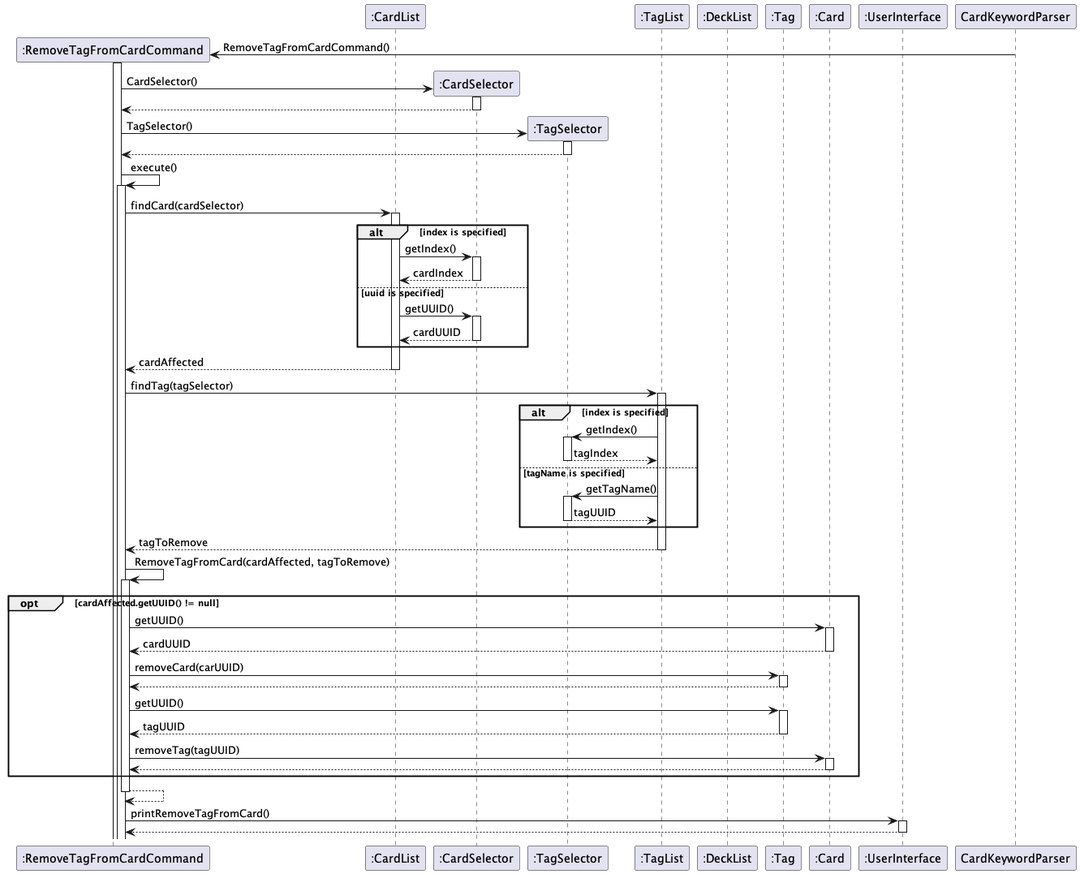
This is docs/img/CardUntagSequence.png from nus-cs2113-AY2223S2/tp, a PlantUML export, as it was before one commit. Its diagram source:
```plantuml
@startuml
autoactivate on

participant ":RemoveTagFromCardCommand" as RemoveTagFromCardCommand
participant ":TagList" as TagList
participant ":CardList" as CardList
participant ":CardSelector" as CardSelector
participant ":TagSelector" as TagSelector
participant ":TagList" as TagList
participant ":DeckList" as DeckList
participant ":Tag" as Tag
participant ":Card" as Card
participant ":UserInterface" as UserInterface


Create RemoveTagFromCardCommand
CardKeywordParser -> RemoveTagFromCardCommand : RemoveTagFromCardCommand()
activate RemoveTagFromCardCommand

Create CardSelector
RemoveTagFromCardCommand -> CardSelector : CardSelector()
return

Create TagSelector
RemoveTagFromCardCommand -> TagSelector : TagSelector()
return

RemoveTagFromCardCommand -> RemoveTagFromCardCommand: execute()
RemoveTagFromCardCommand -> CardList : findCard(cardSelector)

alt index is specified
CardList -> CardSelector : getIndex()
return cardIndex
else uuid is specified
CardList -> CardSelector : getUUID()
return cardUUID
end
return cardAffected


RemoveTagFromCardCommand -> TagList : findTag(tagSelector)

alt index is specified
TagList -> TagSelector : getIndex()
return tagIndex
else tagName is specified
TagList -> TagSelector : getTagName()
return tagUUID
end
return tagToRemove

RemoveTagFromCardCommand -> RemoveTagFromCardCommand : RemoveTagFromCard(cardAffected, tagToRemove)
opt cardAffected.getUUID() != null
RemoveTagFromCardCommand -> Card : getUUID()
return cardUUID
RemoveTagFromCardCommand -> Tag : removeCard(carUUID)
return
RemoveTagFromCardCommand -> Tag : getUUID()
return tagUUID
RemoveTagFromCardCommand -> Card : removeTag(tagUUID)
return

end
return

RemoveTagFromCardCommand -> UserInterface : printRemoveTagFromCard()
return

@enduml
```
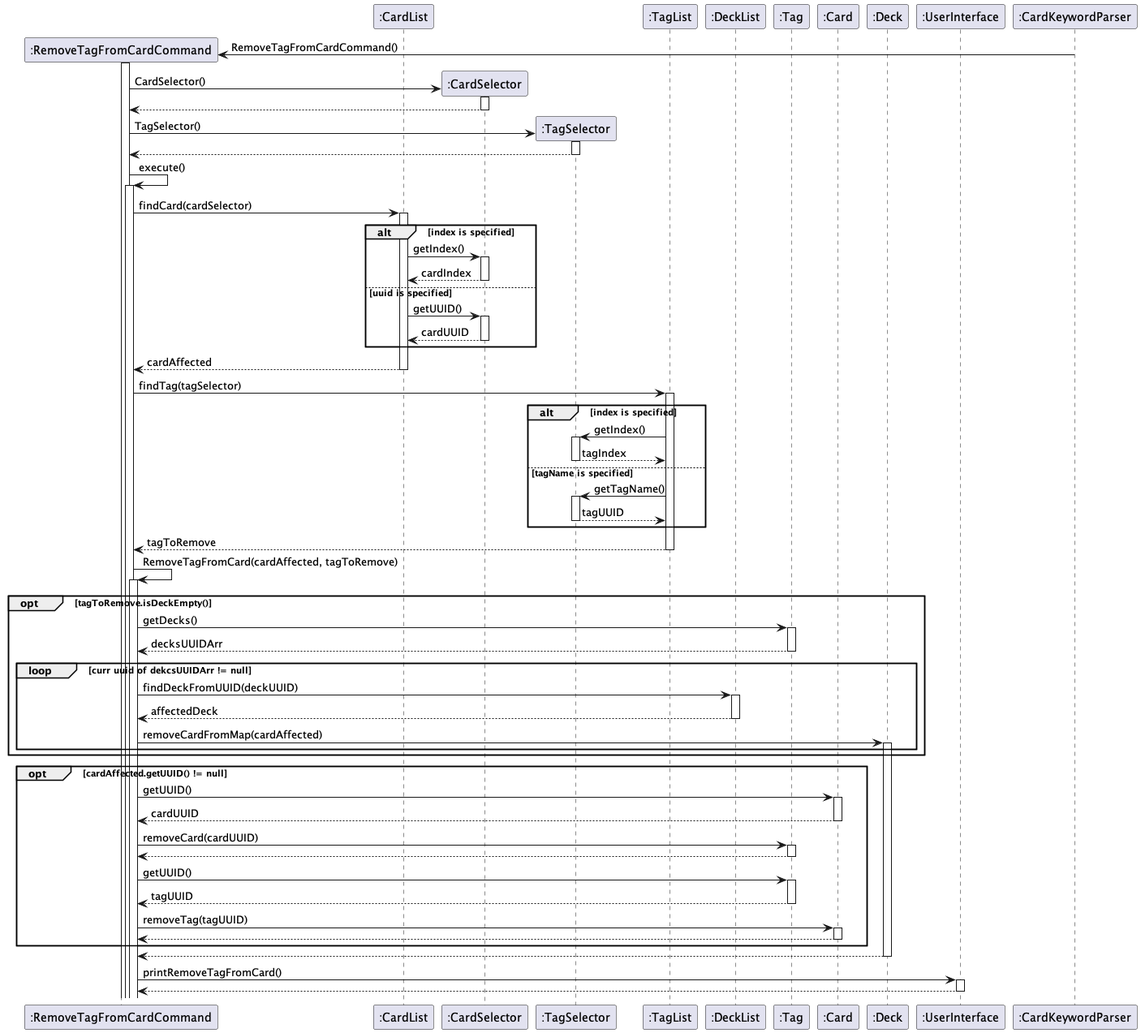
The same file after the commit.

Commit message:
docs : fix DG to reflect new card untag

Diff of the diagram source:
```diff
@@ -10,7 +10,9 @@
 participant ":DeckList" as DeckList
 participant ":Tag" as Tag
 participant ":Card" as Card
+participant ":Deck" as Deck
 participant ":UserInterface" as UserInterface
+participant ":CardKeywordParser" as CardKeywordParser
 
 
 Create RemoveTagFromCardCommand
@@ -50,10 +52,22 @@
 return tagToRemove
 
 RemoveTagFromCardCommand -> RemoveTagFromCardCommand : RemoveTagFromCard(cardAffected, tagToRemove)
+
+opt tagToRemove.isDeckEmpty()
+RemoveTagFromCardCommand -> Tag : getDecks()
+return decksUUIDArr
+loop curr uuid of dekcsUUIDArr != null
+RemoveTagFromCardCommand -> DeckList : findDeckFromUUID(deckUUID)
+return affectedDeck
+RemoveTagFromCardCommand -> Deck : removeCardFromMap(cardAffected)
+
+end loop
+end
+
 opt cardAffected.getUUID() != null
 RemoveTagFromCardCommand -> Card : getUUID()
 return cardUUID
-RemoveTagFromCardCommand -> Tag : removeCard(carUUID)
+RemoveTagFromCardCommand -> Tag : removeCard(cardUUID)
 return
 RemoveTagFromCardCommand -> Tag : getUUID()
 return tagUUID
```
